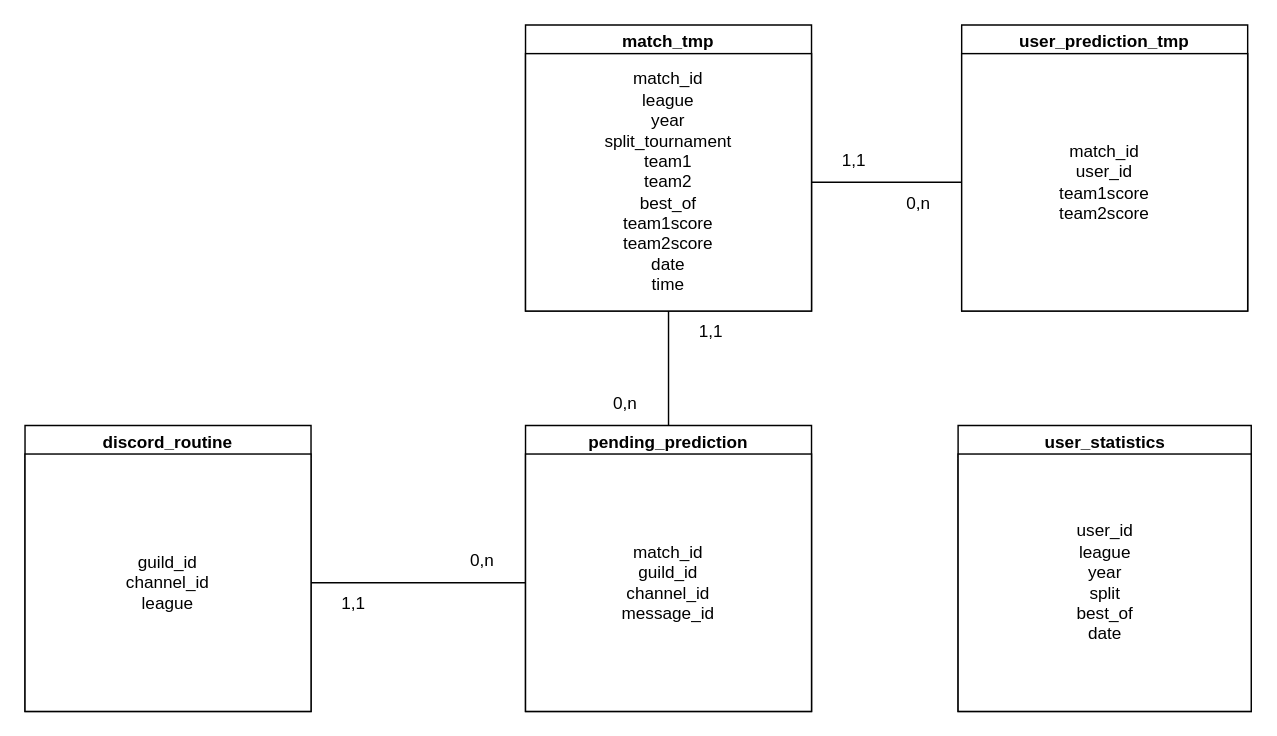
Evileoo/LoLEsports-Predictions keeps this draw.io diagram as database/database.drawio. Above is the earlier version. Source tidied: cells renumbered, new cells numbered last; positions are measured from the earlier drawing's top-left corner, leaving out a move shared by most shapes. Both pictures are drawn from the tidied source at 143%, with x=0, y=0 at pixel (24, 24).
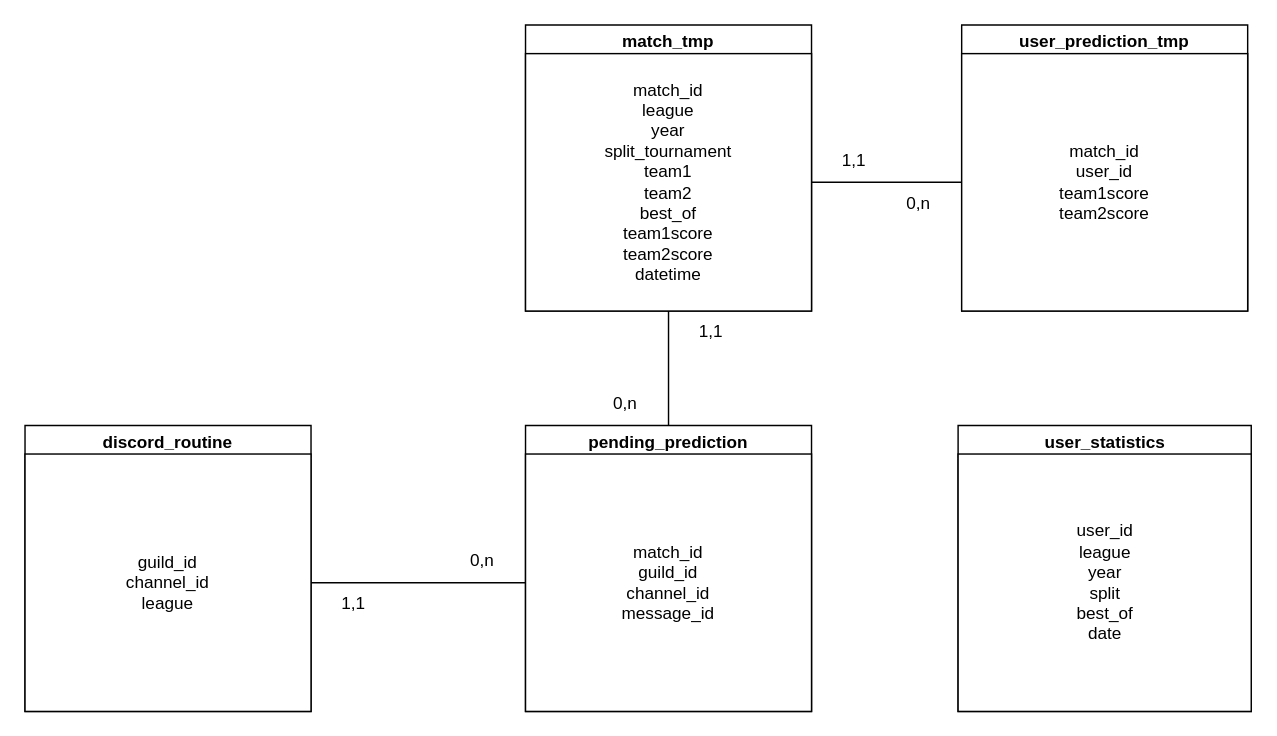
Above is the later version.

The change refers to these unchanged cells:
```xml
<mxCell id="2" value="match_tmp" style="swimlane;whiteSpace=wrap;html=1;" parent="1" vertex="1">
  <mxGeometry x="350" width="200" height="200" as="geometry" />
</mxCell>
```

The edit, as a diff of the source:
```diff
@@
-    <mxCell id="3" value="match_id&lt;br&gt;league&lt;br&gt;year&lt;br&gt;split_tournament&lt;br&gt;team1&lt;br&gt;team2&lt;br&gt;best_of&lt;br&gt;team1score&lt;br&gt;team2score&lt;br&gt;date&lt;br&gt;time" style="rounded=0;whiteSpace=wrap;html=1;" parent="2" vertex="1">
+    <mxCell id="3" value="match_id&lt;br&gt;league&lt;br&gt;year&lt;br&gt;split_tournament&lt;br&gt;team1&lt;br&gt;team2&lt;br&gt;best_of&lt;br&gt;team1score&lt;br&gt;team2score&lt;br&gt;datetime" style="rounded=0;whiteSpace=wrap;html=1;" parent="2" vertex="1">
       <mxGeometry y="20" width="200" height="180" as="geometry" />
     </mxCell>
```
